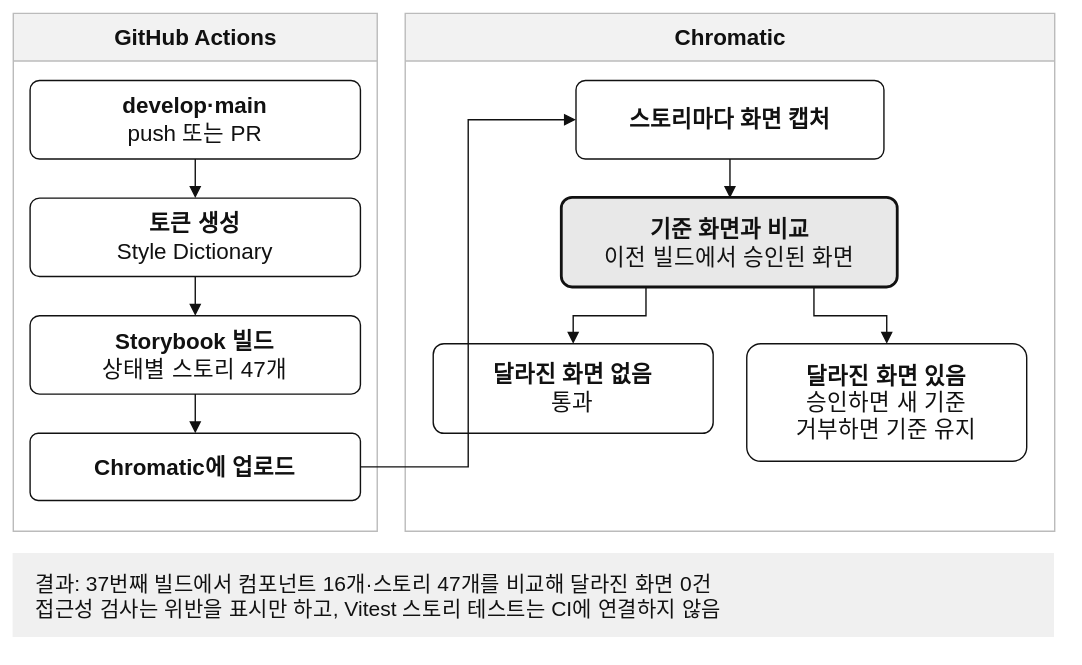
Earlier version of the draw.io export public/diagrams/chromatic-visual-test.drawio.svg (reasonjun/portfolio). Source tidied: cells renumbered, new cells last; positions are measured from the earlier drawing's top-left corner, leaving out a move shared by most shapes.
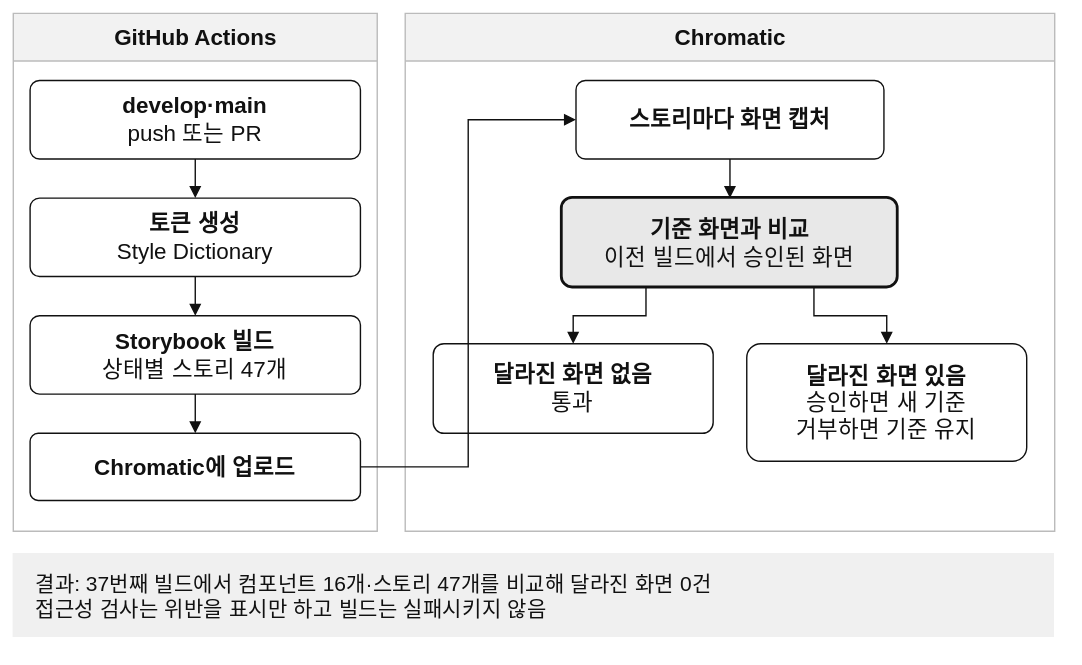
The same diagram one commit later.

What changed in the source:
```diff
@@ -32,7 +32,7 @@
     <mxCell id="11" value="&lt;b&gt;달라진 화면 있음&lt;/b&gt;&lt;br&gt;승인하면 새 기준&lt;br&gt;거부하면 기준 유지" style="rounded=1;whiteSpace=wrap;html=1;fontSize=16;fontColor=#111111;strokeColor=#111111;fillColor=#FFFFFF;arcSize=12;" parent="1" vertex="1">
       <mxGeometry x="524" y="236" width="200" height="84" as="geometry" />
     </mxCell>
-    <mxCell id="12" value="결과: 37번째 빌드에서 컴포넌트 16개·스토리 47개를 비교해 달라진 화면 0건&lt;br&gt;접근성 검사는 위반을 표시만 하고, Vitest 스토리 테스트는 CI에 연결하지 않음" style="rounded=0;whiteSpace=wrap;html=1;fontSize=15;fontColor=#111111;strokeColor=none;fillColor=#F0F0F0;align=left;spacingLeft=14;" parent="1" vertex="1">
+    <mxCell id="12" value="결과: 37번째 빌드에서 컴포넌트 16개·스토리 47개를 비교해 달라진 화면 0건&lt;br&gt;접근성 검사는 위반을 표시만 하고 빌드는 실패시키지 않음" style="rounded=0;whiteSpace=wrap;html=1;fontSize=15;fontColor=#111111;strokeColor=none;fillColor=#F0F0F0;align=left;spacingLeft=14;" parent="1" vertex="1">
       <mxGeometry y="386" width="744" height="60" as="geometry" />
     </mxCell>
     <mxCell id="13" style="endArrow=block;endFill=1;html=1;strokeColor=#111111;fontColor=#111111;fontSize=15;labelBackgroundColor=#FFFFFF;edgeStyle=orthogonalEdgeStyle;rounded=0;exitX=0.5;exitY=1;entryX=0.5;entryY=0;" parent="1" edge="1" source="4" target="5">
```
